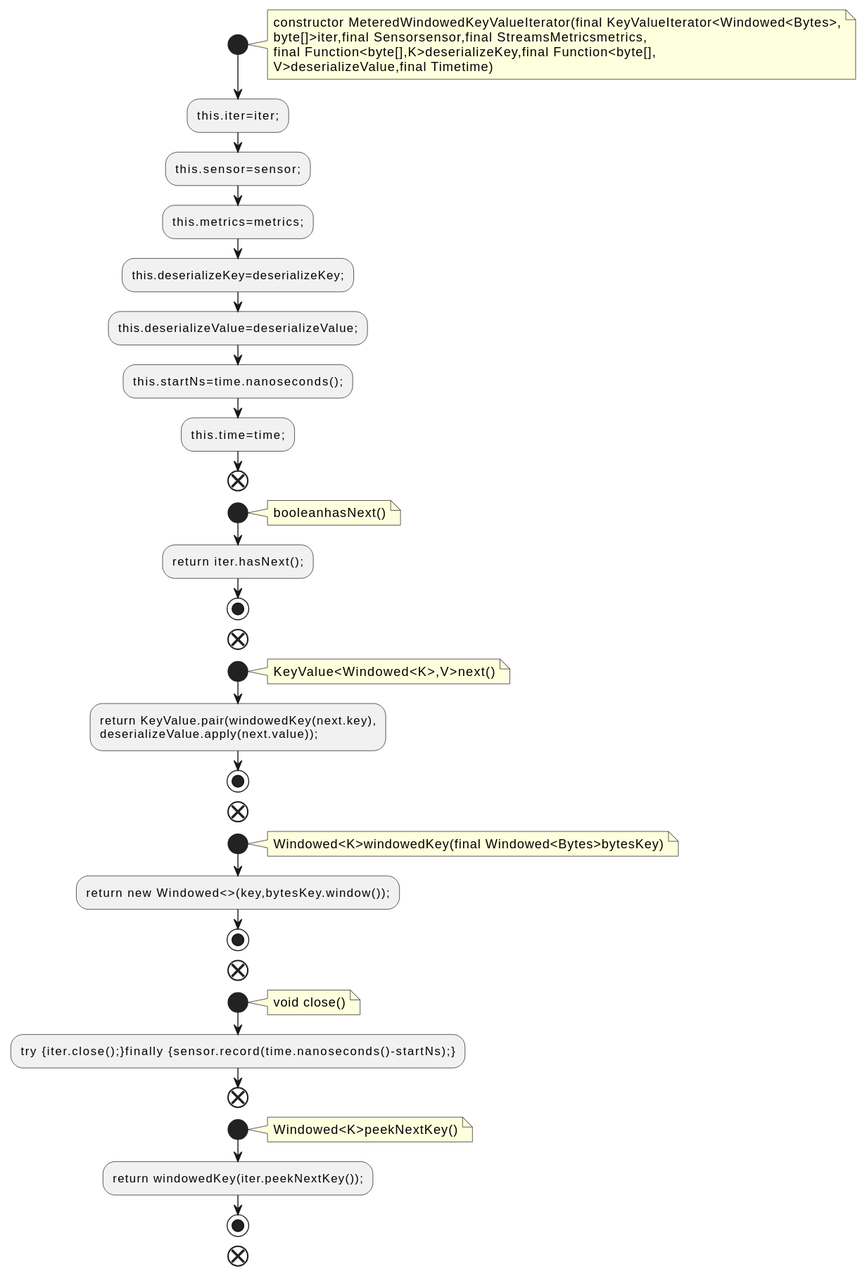
The PlantUML diagram docs/qc/streams/src/main/java/org/apache/kafka/streams/state/internals/MeteredWindowedKeyValueIterator.java.fct.svg in qualitesys/kafka, before a commit.
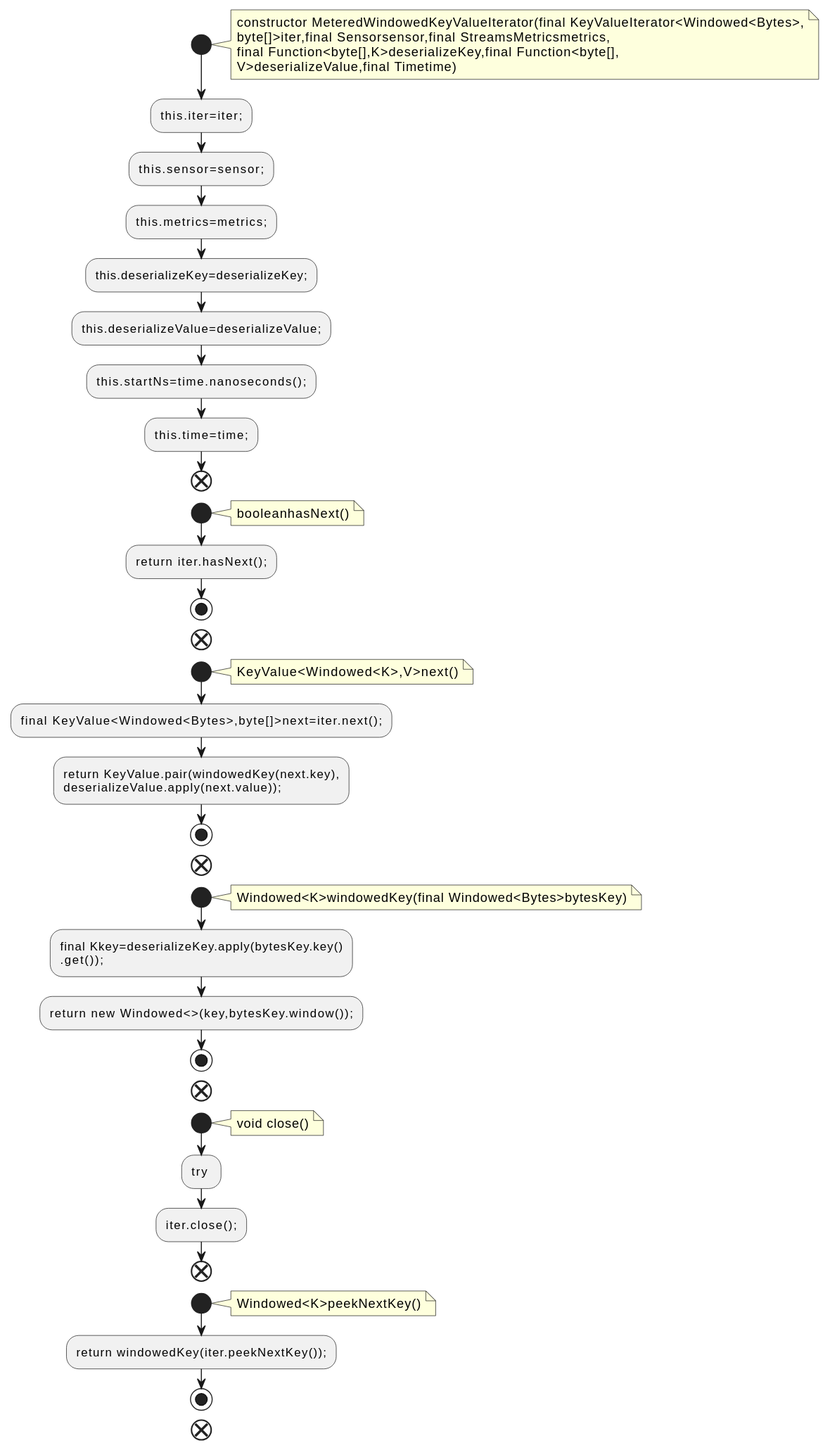
The same file after the commit.

Diff of the diagram source:
```diff
@@ -26,6 +26,7 @@
 note right
 KeyValue<Windowed<K>,V>next()
 end note
+:final KeyValue<Windowed<Bytes>,byte[]>next=iter.next();;
 :return KeyValue.pair(windowedKey(next.key),
 deserializeValue.apply(next.value));;
 stop
@@ -34,6 +35,8 @@
 note right
 Windowed<K>windowedKey(final Windowed<Bytes>bytesKey)
 end note
+:final Kkey=deserializeKey.apply(bytesKey.key()
+.get());;
 :return new Windowed<>(key,bytesKey.window());;
 stop
 end
@@ -41,7 +44,8 @@
 note right
 void close()
 end note
-:try {iter.close();}finally {sensor.record(time.nanoseconds()-startNs);};
+:try ;
+:iter.close();;
 end
 start
 note right
```
